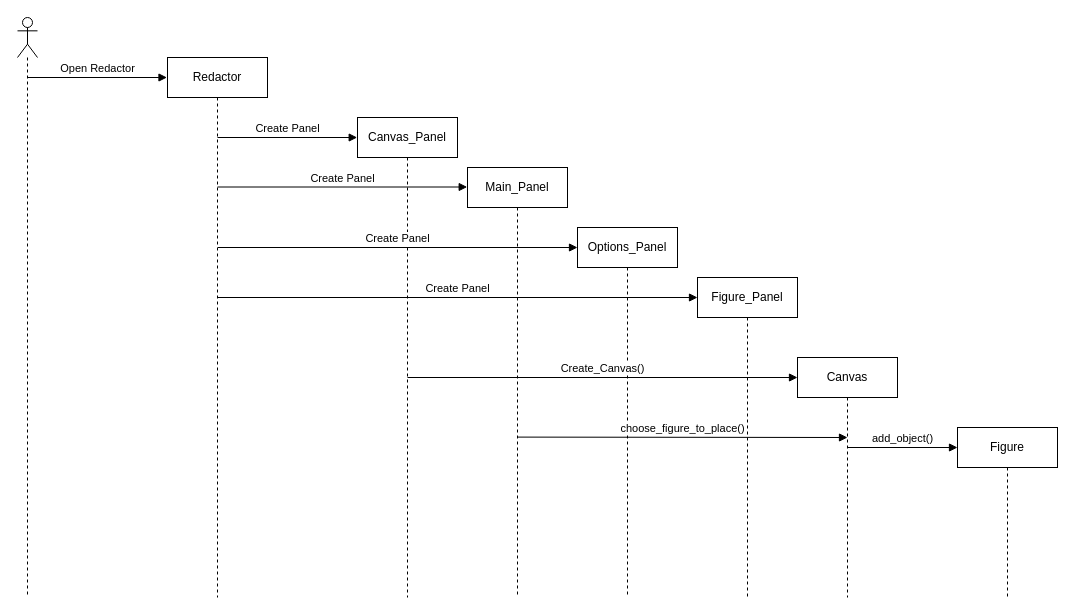
Above: Sequance.drawio in MstislavRomanovski/ProgramIngeneering (draw.io), before the change. Source tidied: cells renumbered, new cells numbered last; positions are measured from the earlier drawing's top-left corner, leaving out a move shared by most shapes. Both pictures are drawn from the tidied source at 100%, with x=0, y=0 at pixel (17, 17).
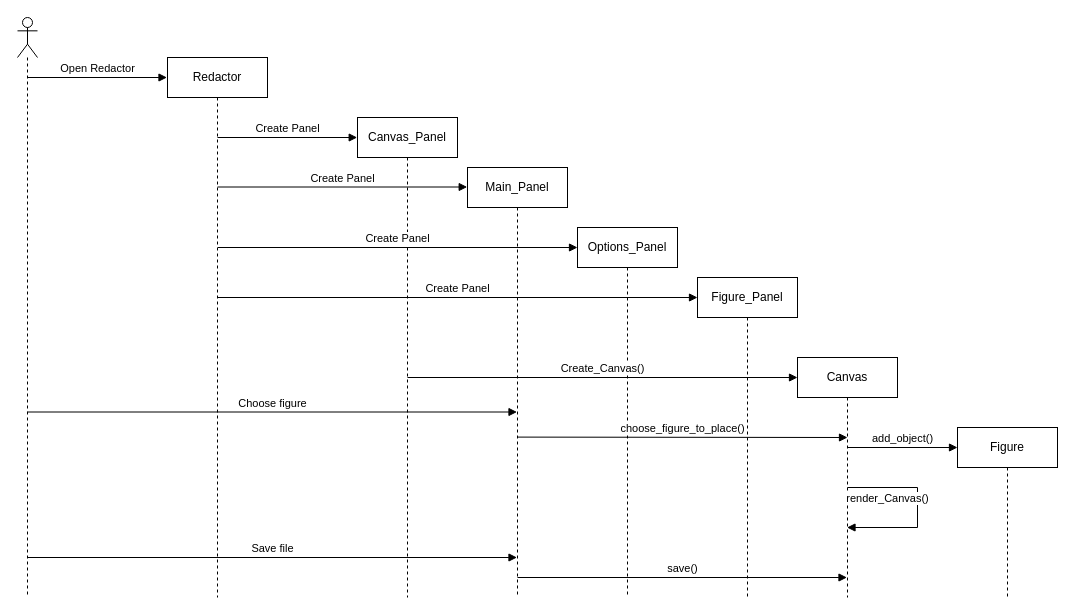
The same diagram, later.

Unchanged cells that the change refers to:
```xml
<mxCell id="4" value="Main_Panel" style="shape=umlLifeline;perimeter=lifelinePerimeter;whiteSpace=wrap;html=1;outlineConnect=0;portConstraint=eastwest;newEdgeStyle={&quot;edgeStyle&quot;:&quot;elbowEdgeStyle&quot;,&quot;elbow&quot;:&quot;vertical&quot;,&quot;curved&quot;:0,&quot;rounded&quot;:0};" parent="1" vertex="1">
  <mxGeometry x="450" y="150" width="100" height="430" as="geometry" />
</mxCell>
<mxCell id="7" value="Canvas" style="shape=umlLifeline;perimeter=lifelinePerimeter;whiteSpace=wrap;html=1;outlineConnect=0;portConstraint=eastwest;newEdgeStyle={&quot;edgeStyle&quot;:&quot;elbowEdgeStyle&quot;,&quot;elbow&quot;:&quot;vertical&quot;,&quot;curved&quot;:0,&quot;rounded&quot;:0};" parent="1" vertex="1">
  <mxGeometry x="780" y="340" width="100" height="240" as="geometry" />
</mxCell>
```

What changed in the source:
```diff
@@
+    <mxCell id="18" value="Choose figure" style="html=1;verticalAlign=bottom;endArrow=block;curved=0;rounded=0;" parent="1" edge="1">
+      <mxGeometry relative="1" as="geometry">
+        <mxPoint x="10" y="394.5" as="sourcePoint" />
+        <mxPoint x="499.5" y="394.5" as="targetPoint" />
+      </mxGeometry>
+    </mxCell>
+    <mxCell id="19" value="Save file" style="html=1;verticalAlign=bottom;endArrow=block;curved=0;rounded=0;" parent="1" edge="1" target="4">
+      <mxGeometry relative="1" as="geometry">
+        <mxPoint x="10" y="540" as="sourcePoint" />
+      </mxGeometry>
+    </mxCell>
+    <mxCell id="20" value="save()" style="html=1;verticalAlign=bottom;endArrow=block;curved=0;rounded=0;" parent="1" edge="1" target="7">
+      <mxGeometry relative="1" as="geometry">
+        <mxPoint x="500" y="560" as="sourcePoint" />
+      </mxGeometry>
+    </mxCell>
+    <mxCell id="21" value="render_Canvas()" style="html=1;verticalAlign=bottom;endArrow=block;curved=0;rounded=0;" parent="1" edge="1" target="7">
+      <mxGeometry x="0.55" y="-20" relative="1" as="geometry">
+        <mxPoint x="830" y="470" as="sourcePoint" />
+        <Array as="points">
+          <mxPoint x="900" y="470" />
+          <mxPoint x="900" y="510" />
+        </Array>
+      </mxGeometry>
+    </mxCell>
```
